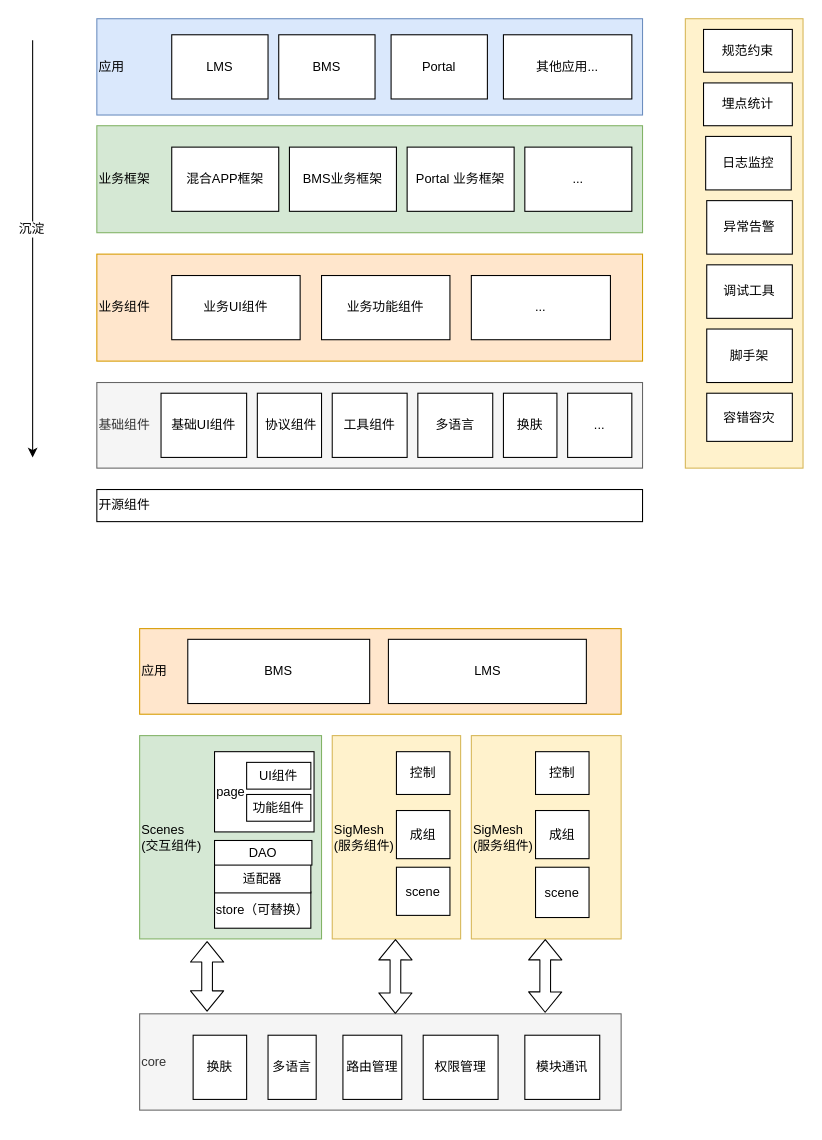
zechau/demos keeps this draw.io diagram as Untitled Diagram.drawio. Above is the earlier version. Source tidied: cells renumbered, new cells numbered last; positions are measured from the earlier drawing's top-left corner, leaving out a move shared by most shapes. Both pictures are drawn from the tidied source at 107%, with x=0, y=0 at pixel (32, 18).
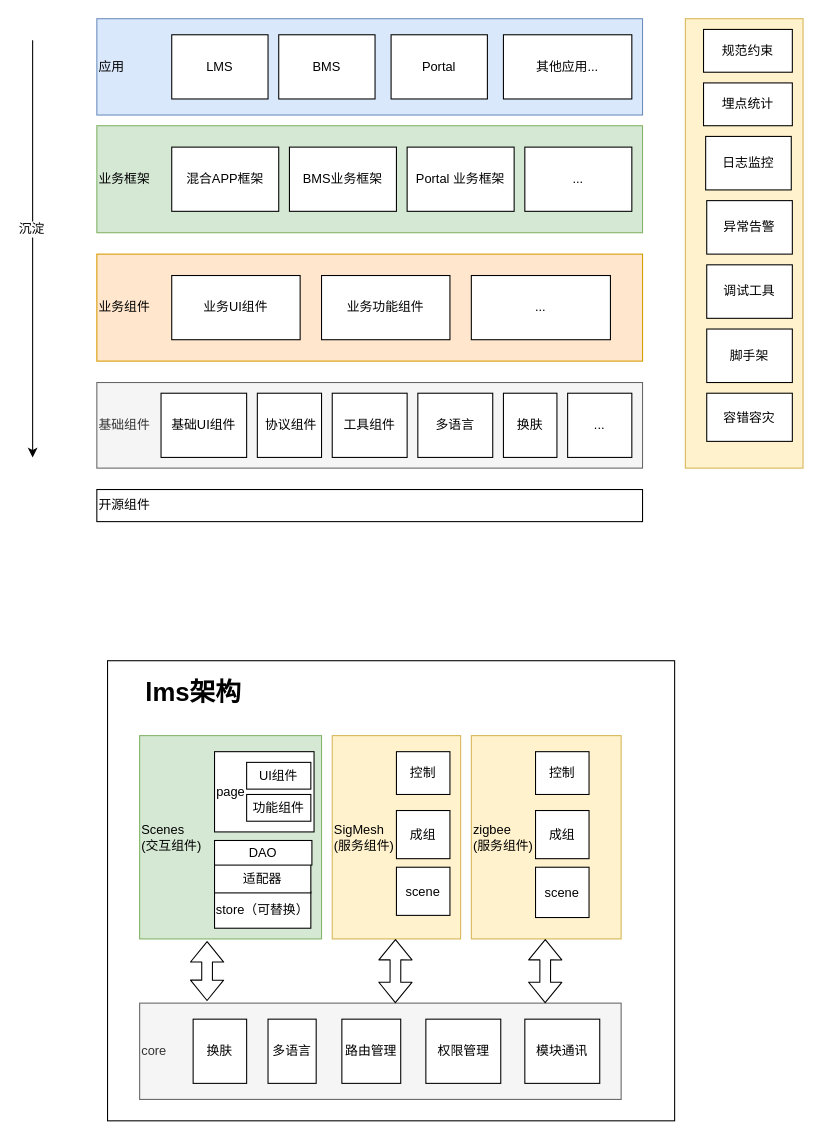
The same diagram, later.

The edit, as a diff of the source:
```diff
@@
+    <mxCell id="61" style="rounded=0;whiteSpace=wrap;html=1;" parent="1" vertex="1">
+      <mxGeometry x="70" y="600" width="530" height="430" as="geometry" />
+    </mxCell>
@@
     <mxCell id="35" value="core" style="rounded=0;whiteSpace=wrap;html=1;shadow=0;align=left;fillColor=#f5f5f5;strokeColor=#666666;fontColor=#333333;" parent="1" vertex="1">
-      <mxGeometry x="100" y="930" width="450" height="90" as="geometry" />
+      <mxGeometry x="100" y="920" width="450" height="90" as="geometry" />
     </mxCell>
@@
-    <mxCell id="40" value="应用" style="rounded=0;whiteSpace=wrap;html=1;shadow=0;glass=0;comic=0;align=left;fillColor=#ffe6cc;strokeColor=#d79b00;" parent="1" vertex="1">
-      <mxGeometry x="100" y="570" width="450" height="80" as="geometry" />
-    </mxCell>
-    <mxCell id="41" value="BMS" style="rounded=0;whiteSpace=wrap;html=1;shadow=0;glass=0;comic=0;" parent="1" vertex="1">
-      <mxGeometry x="145" y="580" width="170" height="60" as="geometry" />
-    </mxCell>
-    <mxCell id="42" value="LMS" style="rounded=0;whiteSpace=wrap;html=1;shadow=0;glass=0;comic=0;" parent="1" vertex="1">
-      <mxGeometry x="332.5" y="580" width="185" height="60" as="geometry" />
-    </mxCell>
     <mxCell id="43" value="换肤" style="rounded=0;whiteSpace=wrap;html=1;shadow=0;glass=0;comic=0;" parent="1" vertex="1">
-      <mxGeometry x="150" y="950" width="50" height="60" as="geometry" />
+      <mxGeometry x="150" y="935" width="50" height="60" as="geometry" />
     </mxCell>
     <mxCell id="44" value="多语言" style="rounded=0;whiteSpace=wrap;html=1;shadow=0;glass=0;comic=0;" parent="1" vertex="1">
-      <mxGeometry x="220" y="950" width="45" height="60" as="geometry" />
+      <mxGeometry x="220" y="935" width="45" height="60" as="geometry" />
     </mxCell>
-    <mxCell id="45" value="SigMesh&lt;br&gt;(服务组件)" style="rounded=0;whiteSpace=wrap;html=1;align=left;fillColor=#fff2cc;strokeColor=#d6b656;" parent="1" vertex="1">
+    <mxCell id="45" value="zigbee&lt;br&gt;(服务组件)" style="rounded=0;whiteSpace=wrap;html=1;align=left;fillColor=#fff2cc;strokeColor=#d6b656;" parent="1" vertex="1">
       <mxGeometry x="410" y="670" width="140" height="190" as="geometry" />
     </mxCell>
@@
     <mxCell id="50" value="路由管理" style="rounded=0;whiteSpace=wrap;html=1;shadow=0;glass=0;comic=0;" parent="1" vertex="1">
-      <mxGeometry x="290" y="950" width="55" height="60" as="geometry" />
+      <mxGeometry x="289" y="935" width="55" height="60" as="geometry" />
     </mxCell>
     <mxCell id="51" value="权限管理" style="rounded=0;whiteSpace=wrap;html=1;" parent="1" vertex="1">
-      <mxGeometry x="365" y="950" width="70" height="60" as="geometry" />
+      <mxGeometry x="367.5" y="935" width="70" height="60" as="geometry" />
     </mxCell>
     <mxCell id="52" value="模块通讯" style="rounded=0;whiteSpace=wrap;html=1;" parent="1" vertex="1">
-      <mxGeometry x="460" y="950" width="70" height="60" as="geometry" />
+      <mxGeometry x="460" y="935" width="70" height="60" as="geometry" />
     </mxCell>
@@
     <mxCell id="59" style="shape=flexArrow;endArrow=classic;startArrow=classic;html=1;entryX=0.371;entryY=1.011;entryDx=0;entryDy=0;entryPerimeter=0;" parent="1" edge="1">
       <mxGeometry relative="1" as="geometry">
-        <mxPoint x="339" y="930" as="sourcePoint" />
+        <mxPoint x="339" y="920" as="sourcePoint" />
         <mxPoint x="339.1" y="860.1" as="targetPoint" />
       </mxGeometry>
     </mxCell>
     <mxCell id="60" style="shape=flexArrow;endArrow=classic;startArrow=classic;html=1;entryX=0.371;entryY=1.011;entryDx=0;entryDy=0;entryPerimeter=0;" parent="1" edge="1">
       <mxGeometry relative="1" as="geometry">
-        <mxPoint x="479" y="929" as="sourcePoint" />
+        <mxPoint x="479" y="920" as="sourcePoint" />
         <mxPoint x="479.1" y="860.1" as="targetPoint" />
       </mxGeometry>
     </mxCell>
+    <mxCell id="62" value="lms架构" style="text;strokeColor=none;fillColor=none;html=1;fontSize=24;fontStyle=1;verticalAlign=middle;align=center;rounded=0;" parent="1" vertex="1">
+      <mxGeometry x="100" y="610" width="100" height="40" as="geometry" />
+    </mxCell>
```
